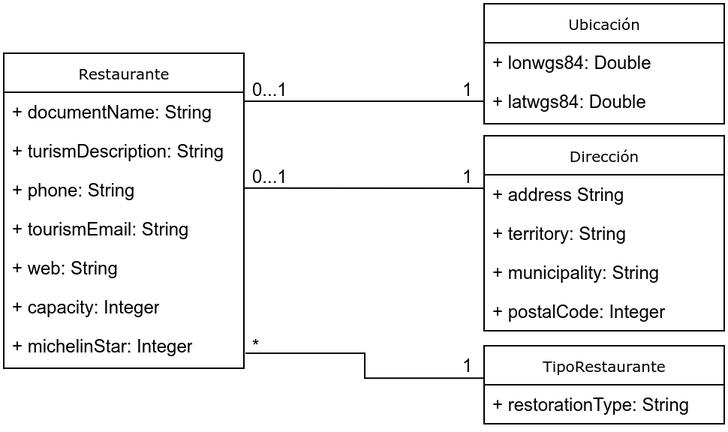
Earlier version of the draw.io export 02MASW_04_A_2022-23_Bases de Datos Web/Actividad_2/modelo_datos.png (yuki/VIU_MASW). Source tidied: cells renumbered, new cells last; positions are measured from the earlier drawing's top-left corner, leaving out a move shared by most shapes.
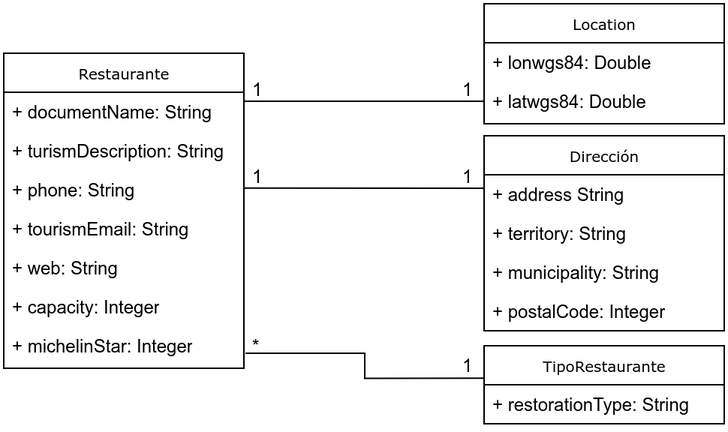
Later version of the same file.

What changed in the source:
```diff
@@ -26,7 +26,7 @@
     <mxCell id="9" value="+ michelinStar: Integer" style="text;html=1;strokeColor=none;fillColor=none;align=left;verticalAlign=top;spacingLeft=4;spacingRight=4;whiteSpace=wrap;overflow=hidden;" parent="2" vertex="1">
       <mxGeometry y="182" width="160" height="26" as="geometry" />
     </mxCell>
-    <mxCell id="10" value="Ubicación" style="swimlane;html=1;fontStyle=0;horizontal=1;startSize=26;fillColor=none;swimlaneFillColor=#ffffff;rounded=0;shadow=0;comic=0;labelBackgroundColor=none;strokeWidth=1;fontFamily=Verdana;fontSize=10;align=center;" parent="1" vertex="1">
+    <mxCell id="10" value="Location" style="swimlane;html=1;fontStyle=0;horizontal=1;startSize=26;fillColor=none;swimlaneFillColor=#ffffff;rounded=0;shadow=0;comic=0;labelBackgroundColor=none;strokeWidth=1;fontFamily=Verdana;fontSize=10;align=center;" parent="1" vertex="1">
       <mxGeometry x="320" width="160" height="80" as="geometry" />
     </mxCell>
     <mxCell id="11" value="+ lonwgs84: Double" style="text;html=1;strokeColor=none;fillColor=none;align=left;verticalAlign=top;spacingLeft=4;spacingRight=4;whiteSpace=wrap;overflow=hidden;" parent="10" vertex="1">
@@ -60,7 +60,7 @@
         <mxPoint x="320" y="123" as="targetPoint" />
       </mxGeometry>
     </mxCell>
-    <mxCell id="20" value="0...1" style="text;strokeColor=none;fillColor=none;align=left;verticalAlign=middle;spacingLeft=4;spacingRight=4;overflow=hidden;" parent="1" vertex="1">
+    <mxCell id="20" value="1" style="text;strokeColor=none;fillColor=none;align=left;verticalAlign=middle;spacingLeft=4;spacingRight=4;overflow=hidden;" parent="1" vertex="1">
       <mxGeometry x="160" y="42" width="40" height="30" as="geometry" />
     </mxCell>
     <mxCell id="21" value="1" style="text;strokeColor=none;fillColor=none;align=left;verticalAlign=middle;spacingLeft=4;spacingRight=4;overflow=hidden;" parent="1" vertex="1">
@@ -83,7 +83,7 @@
     <mxCell id="26" value="1" style="text;strokeColor=none;fillColor=none;align=left;verticalAlign=middle;spacingLeft=4;spacingRight=4;overflow=hidden;" parent="1" vertex="1">
       <mxGeometry x="300" y="226" width="20" height="30" as="geometry" />
     </mxCell>
-    <mxCell id="27" value="0...1" style="text;strokeColor=none;fillColor=none;align=left;verticalAlign=middle;spacingLeft=4;spacingRight=4;overflow=hidden;" parent="1" vertex="1">
+    <mxCell id="27" value="1" style="text;strokeColor=none;fillColor=none;align=left;verticalAlign=middle;spacingLeft=4;spacingRight=4;overflow=hidden;" parent="1" vertex="1">
       <mxGeometry x="160" y="100" width="40" height="30" as="geometry" />
     </mxCell>
     <mxCell id="28" value="*" style="text;strokeColor=none;fillColor=none;align=left;verticalAlign=middle;spacingLeft=4;spacingRight=4;overflow=hidden;" parent="1" vertex="1">
```
